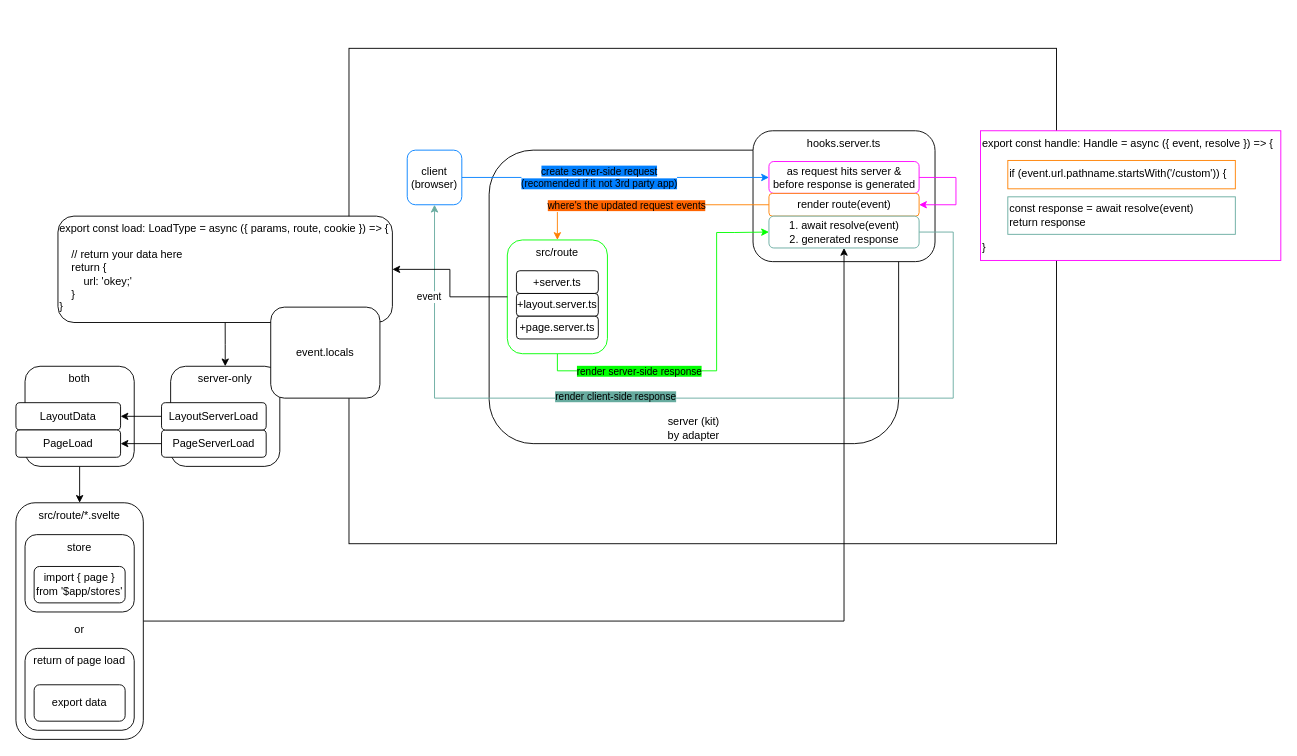
The draw.io diagram 1. how hooks(middleware) work's.drawio in sandikodev/sveltekit-mindmap, before the edit. Source tidied: cells renumbered, new cells numbered last; positions are measured from the earlier drawing's top-left corner, leaving out a move shared by most shapes. Both pictures are drawn from the tidied source at 91%, with x=0, y=0 at pixel (15, 48).
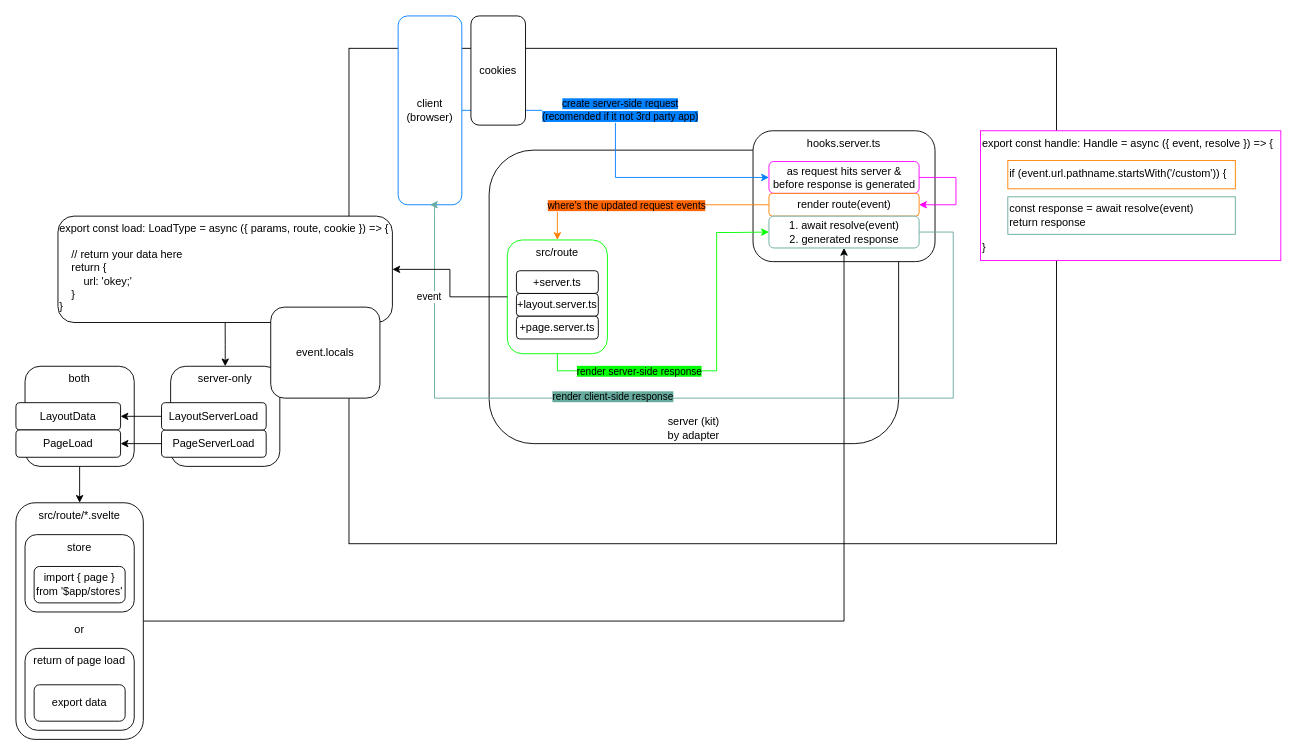
The same diagram, later.

The edit, as a diff of the source:
```diff
@@
     <mxCell id="10" value="client&lt;br&gt;(browser)" style="rounded=1;whiteSpace=wrap;html=1;strokeColor=#007FFF;" parent="1" vertex="1">
-      <mxGeometry x="430" y="111.5" width="60" height="60" as="geometry" />
+      <mxGeometry x="420" y="-36" width="70" height="207.5" as="geometry" />
     </mxCell>
@@
+    <mxCell id="46" value="cookies" style="rounded=1;whiteSpace=wrap;html=1;" parent="1" vertex="1">
+      <mxGeometry x="500" y="-36" width="60" height="120" as="geometry" />
+    </mxCell>
```
